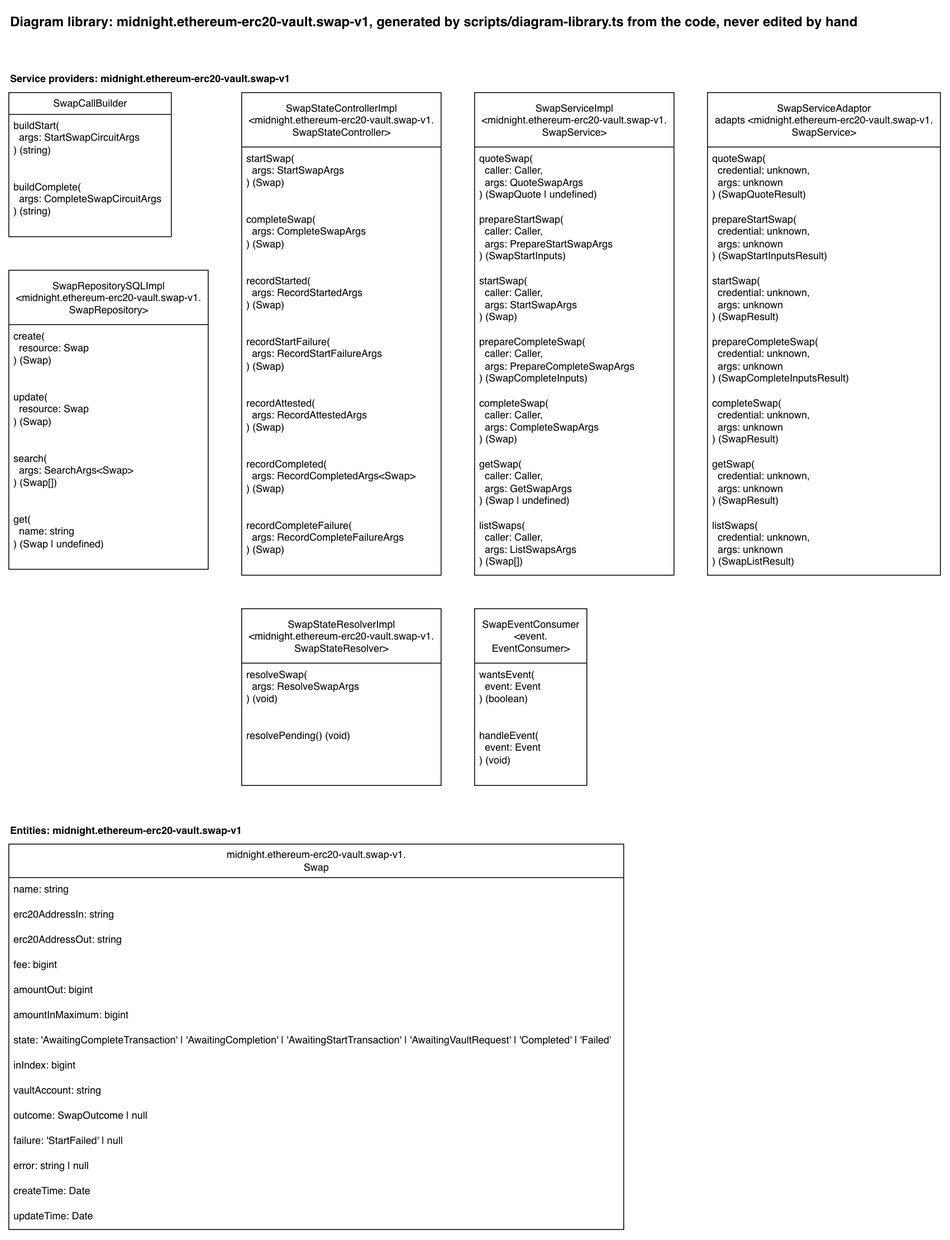
Above: docs/diagram-library/midnight/ethereum-erc20-vault/swap-v1/diagram-library.drawio.png in sig-net/full-stack-demo (draw.io), before the change. Source tidied: cells renumbered, new cells last; positions are measured from the earlier drawing's top-left corner, leaving out a move shared by most shapes.
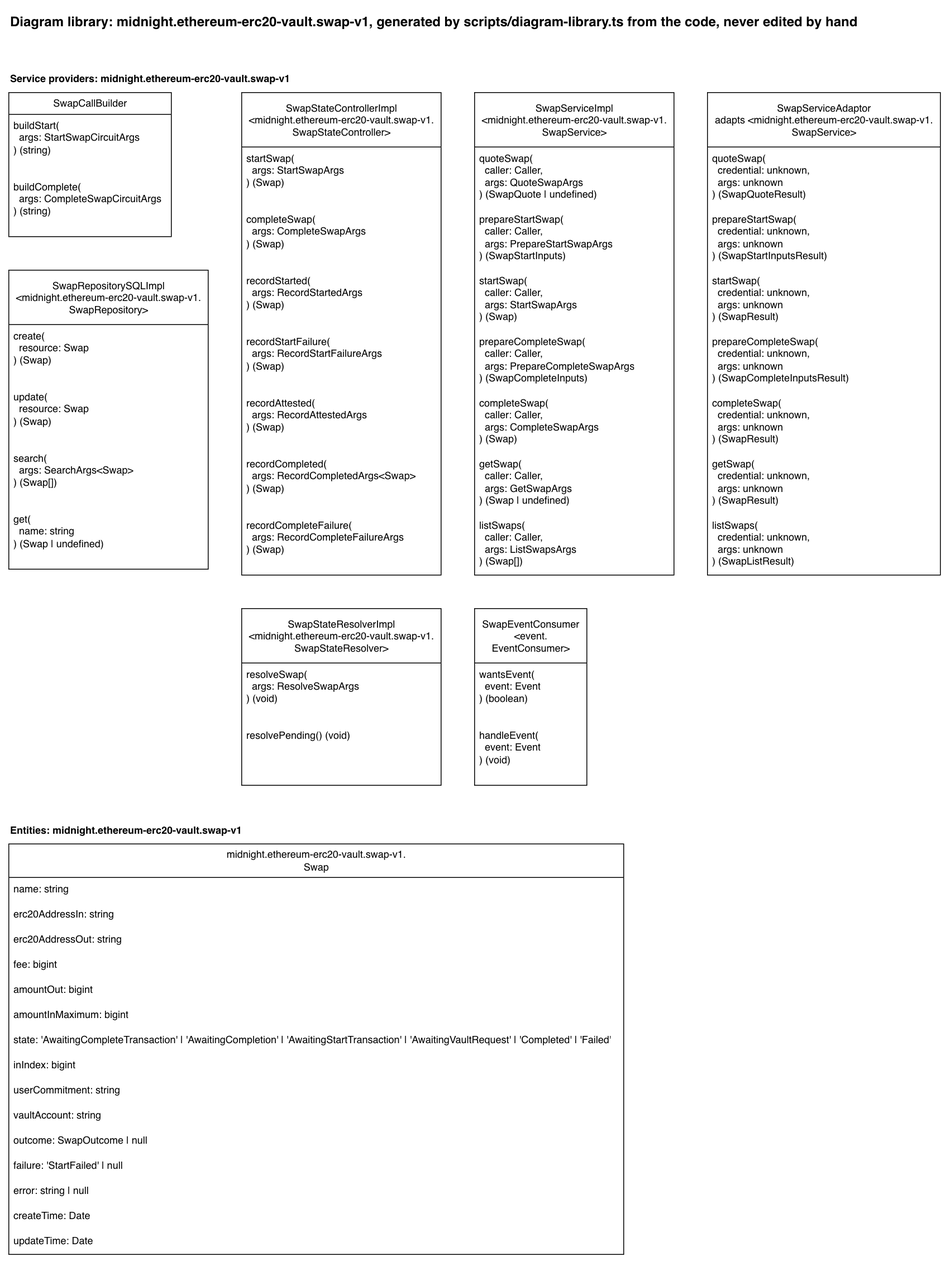
After the change.

What changed in the source:
```diff
@@ -126,7 +126,7 @@
       <mxGeometry y="967" width="303" height="20" as="geometry" />
     </mxCell>
     <mxCell id="43" value="midnight.ethereum-erc20-vault.swap-v1.&lt;br&gt;Swap" style="swimlane;fontStyle=0;horizontal=1;startSize=40;fillColor=default;html=1;fillStyle=solid;" parent="1" vertex="1">
-      <mxGeometry y="997" width="734" height="460" as="geometry" />
+      <mxGeometry y="997" width="734" height="490" as="geometry" />
     </mxCell>
     <mxCell id="44" value="name: string" style="text;strokeColor=none;fillColor=none;align=left;verticalAlign=top;spacingLeft=4;spacingRight=4;overflow=hidden;whiteSpace=wrap;html=1;" parent="43" vertex="1">
       <mxGeometry y="40" width="734" height="30" as="geometry" />
@@ -152,23 +152,26 @@
     <mxCell id="51" value="inIndex: bigint" style="text;strokeColor=none;fillColor=none;align=left;verticalAlign=top;spacingLeft=4;spacingRight=4;overflow=hidden;whiteSpace=wrap;html=1;" parent="43" vertex="1">
       <mxGeometry y="250" width="734" height="30" as="geometry" />
     </mxCell>
+    <mxCell id="58" value="userCommitment: string" style="text;strokeColor=none;fillColor=none;align=left;verticalAlign=top;spacingLeft=4;spacingRight=4;overflow=hidden;whiteSpace=wrap;html=1;" parent="43" vertex="1">
+      <mxGeometry y="280" width="734" height="30" as="geometry" />
+    </mxCell>
     <mxCell id="52" value="vaultAccount: string" style="text;strokeColor=none;fillColor=none;align=left;verticalAlign=top;spacingLeft=4;spacingRight=4;overflow=hidden;whiteSpace=wrap;html=1;" parent="43" vertex="1">
-      <mxGeometry y="280" width="734" height="30" as="geometry" />
+      <mxGeometry y="310" width="734" height="30" as="geometry" />
     </mxCell>
     <mxCell id="53" value="outcome: SwapOutcome | null" style="text;strokeColor=none;fillColor=none;align=left;verticalAlign=top;spacingLeft=4;spacingRight=4;overflow=hidden;whiteSpace=wrap;html=1;" parent="43" vertex="1">
-      <mxGeometry y="310" width="734" height="30" as="geometry" />
+      <mxGeometry y="340" width="734" height="30" as="geometry" />
     </mxCell>
     <mxCell id="54" value="failure: 'StartFailed' | null" style="text;strokeColor=none;fillColor=none;align=left;verticalAlign=top;spacingLeft=4;spacingRight=4;overflow=hidden;whiteSpace=wrap;html=1;" parent="43" vertex="1">
-      <mxGeometry y="340" width="734" height="30" as="geometry" />
+      <mxGeometry y="370" width="734" height="30" as="geometry" />
     </mxCell>
     <mxCell id="55" value="error: string | null" style="text;strokeColor=none;fillColor=none;align=left;verticalAlign=top;spacingLeft=4;spacingRight=4;overflow=hidden;whiteSpace=wrap;html=1;" parent="43" vertex="1">
-      <mxGeometry y="370" width="734" height="30" as="geometry" />
+      <mxGeometry y="400" width="734" height="30" as="geometry" />
     </mxCell>
     <mxCell id="56" value="createTime: Date" style="text;strokeColor=none;fillColor=none;align=left;verticalAlign=top;spacingLeft=4;spacingRight=4;overflow=hidden;whiteSpace=wrap;html=1;" parent="43" vertex="1">
-      <mxGeometry y="400" width="734" height="30" as="geometry" />
+      <mxGeometry y="430" width="734" height="30" as="geometry" />
     </mxCell>
     <mxCell id="57" value="updateTime: Date" style="text;strokeColor=none;fillColor=none;align=left;verticalAlign=top;spacingLeft=4;spacingRight=4;overflow=hidden;whiteSpace=wrap;html=1;" parent="43" vertex="1">
-      <mxGeometry y="430" width="734" height="30" as="geometry" />
+      <mxGeometry y="460" width="734" height="30" as="geometry" />
     </mxCell>
   </root>
 </mxGraphModel>
```
